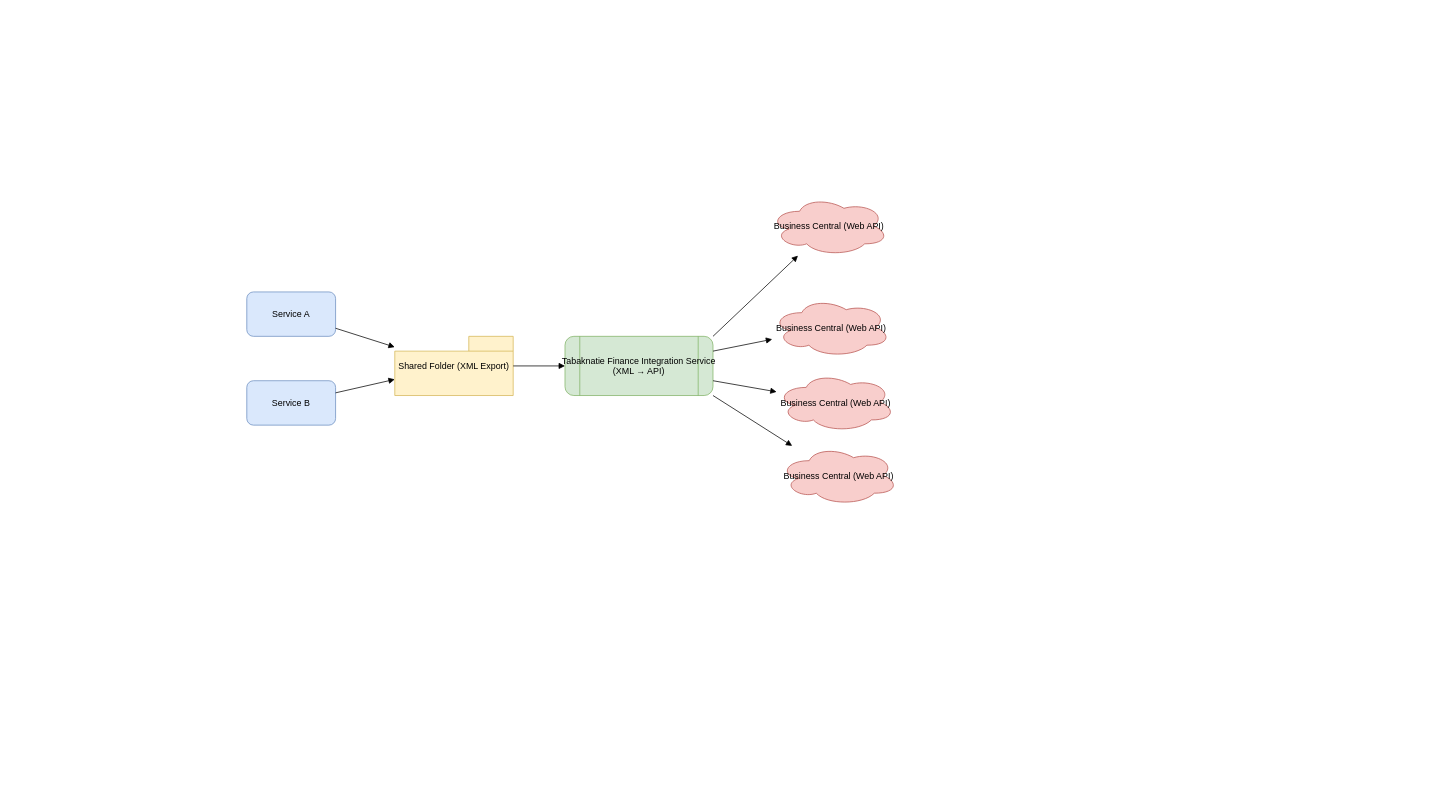
Before: Untitled Diagram.drawio in TonyAntoniadis/pipelines-javascript, a draw.io diagram. Source tidied: cells renumbered, new cells numbered last; positions are measured from the earlier drawing's top-left corner, leaving out a move shared by most shapes. Both pictures are drawn from the tidied source at 74%, with x=0, y=0 at pixel (246, 196).
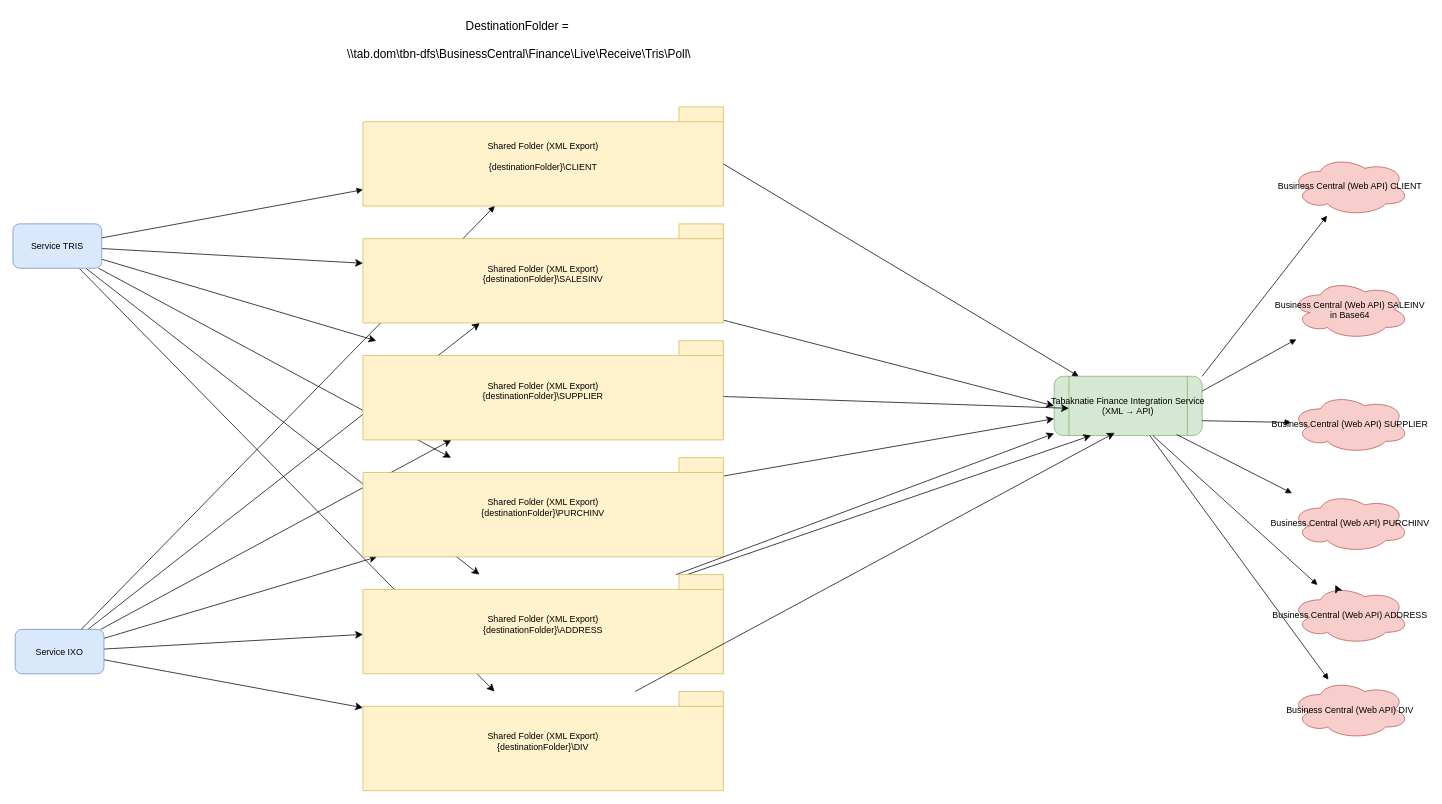
The same diagram, later.

Commit message (it also covers changes not shown here):
Tabaknatie Finance Integration Service

What changed in the source:
```diff
@@
+    <mxCell id="17" style="edgeStyle=none;curved=1;rounded=0;jettySize=auto;html=1;fontSize=12;startSize=8;endSize=8;" parent="1" edge="1" source="2" target="35">
+      <mxGeometry relative="1" as="geometry" />
+    </mxCell>
+    <mxCell id="18" style="edgeStyle=none;curved=1;rounded=0;jettySize=auto;html=1;fontSize=12;startSize=8;endSize=8;" parent="1" edge="1" source="2" target="36">
+      <mxGeometry relative="1" as="geometry" />
+    </mxCell>
+    <mxCell id="19" style="edgeStyle=none;curved=1;rounded=0;jettySize=auto;html=1;fontSize=12;startSize=8;endSize=8;" parent="1" edge="1" source="2" target="38">
+      <mxGeometry relative="1" as="geometry" />
+    </mxCell>
+    <mxCell id="20" style="edgeStyle=none;curved=1;rounded=0;jettySize=auto;html=1;fontSize=12;startSize=8;endSize=8;" parent="1" edge="1" source="2" target="41">
+      <mxGeometry relative="1" as="geometry" />
+    </mxCell>
+    <mxCell id="21" style="edgeStyle=none;curved=1;rounded=0;jettySize=auto;html=1;fontSize=12;startSize=8;endSize=8;" parent="1" edge="1" source="2" target="42">
+      <mxGeometry relative="1" as="geometry" />
+    </mxCell>
-    <mxCell id="2" value="Service A" style="shape=rectangle;rounded=1;fillColor=#dae8fc;strokeColor=#6c8ebf;" parent="1" vertex="1">
-      <mxGeometry y="129" width="120" height="60" as="geometry" />
+    <mxCell id="2" value="Service TRIS" style="shape=rectangle;rounded=1;fillColor=#dae8fc;strokeColor=#6c8ebf;" parent="1" vertex="1">
+      <mxGeometry x="-316" y="37" width="120" height="60" as="geometry" />
     </mxCell>
+    <mxCell id="22" style="edgeStyle=none;curved=1;rounded=0;jettySize=auto;html=1;fontSize=12;startSize=8;endSize=8;" parent="1" edge="1" source="3" target="35">
+      <mxGeometry relative="1" as="geometry" />
+    </mxCell>
+    <mxCell id="23" style="edgeStyle=none;curved=1;rounded=0;jettySize=auto;html=1;fontSize=12;startSize=8;endSize=8;" parent="1" edge="1" source="3" target="36">
+      <mxGeometry relative="1" as="geometry" />
+    </mxCell>
+    <mxCell id="24" style="edgeStyle=none;curved=1;rounded=0;jettySize=auto;html=1;fontSize=12;startSize=8;endSize=8;" parent="1" edge="1" source="3" target="38">
+      <mxGeometry relative="1" as="geometry" />
+    </mxCell>
+    <mxCell id="25" style="edgeStyle=none;curved=1;rounded=0;jettySize=auto;html=1;fontSize=12;startSize=8;endSize=8;" parent="1" edge="1" source="3" target="41">
+      <mxGeometry relative="1" as="geometry" />
+    </mxCell>
+    <mxCell id="26" style="edgeStyle=none;curved=1;rounded=0;jettySize=auto;html=1;fontSize=12;startSize=8;endSize=8;" parent="1" edge="1" source="3" target="42">
+      <mxGeometry relative="1" as="geometry" />
+    </mxCell>
-    <mxCell id="3" value="Service B" style="shape=rectangle;rounded=1;fillColor=#dae8fc;strokeColor=#6c8ebf;" parent="1" vertex="1">
-      <mxGeometry y="249" width="120" height="60" as="geometry" />
+    <mxCell id="3" value="Service IXO" style="shape=rectangle;rounded=1;fillColor=#dae8fc;strokeColor=#6c8ebf;" parent="1" vertex="1">
+      <mxGeometry x="-313" y="585" width="120" height="60" as="geometry" />
     </mxCell>
-    <mxCell id="4" value="Shared Folder (XML Export)" style="shape=folder;fillColor=#fff2cc;strokeColor=#d6b656;" parent="1" vertex="1">
-      <mxGeometry x="200" y="189" width="160" height="80" as="geometry" />
+    <mxCell id="4" value="Shared Folder (XML Export)&#10;&#10;{destinationFolder}\CLIENT" style="shape=folder;fillColor=#fff2cc;strokeColor=#d6b656;" parent="1" vertex="1">
+      <mxGeometry x="157" y="-121" width="487" height="134" as="geometry" />
     </mxCell>
@@
     <mxCell id="7" value="Tabaknatie Finance Integration Service&#10;(XML → API)" style="shape=process;rounded=1;fillColor=#d5e8d4;strokeColor=#82b366;" parent="1" vertex="1">
-      <mxGeometry x="430" y="189" width="200" height="80" as="geometry" />
+      <mxGeometry x="1091" y="243" width="200" height="80" as="geometry" />
     </mxCell>
-    <mxCell id="8" style="endArrow=block;endFill=1;" parent="1" edge="1" source="4" target="7">
+    <mxCell id="8" style="endArrow=block;endFill=1;exitX=0;exitY=0;exitDx=487;exitDy=77;exitPerimeter=0;" parent="1" edge="1" source="4" target="7">
       <mxGeometry relative="1" as="geometry" />
     </mxCell>
-    <mxCell id="9" value="Business Central (Web API)" style="shape=cloud;fillColor=#f8cecc;strokeColor=#b85450;" parent="1" vertex="1">
-      <mxGeometry x="707" width="160" height="80" as="geometry" />
+    <mxCell id="9" value="Business Central (Web API) CLIENT" style="shape=cloud;fillColor=#f8cecc;strokeColor=#b85450;" parent="1" vertex="1">
+      <mxGeometry x="1411" y="-54" width="160" height="80" as="geometry" />
     </mxCell>
@@
-    <mxCell id="11" value="Business Central (Web API)" style="shape=cloud;fillColor=#f8cecc;strokeColor=#b85450;" parent="1" vertex="1">
-      <mxGeometry x="710" y="137" width="160" height="80" as="geometry" />
+    <mxCell id="11" value="Business Central (Web API) SALEINV&#10;in Base64" style="shape=cloud;fillColor=#f8cecc;strokeColor=#b85450;" parent="1" vertex="1">
+      <mxGeometry x="1411" y="113" width="160" height="80" as="geometry" />
     </mxCell>
@@
-    <mxCell id="13" value="Business Central (Web API)" style="shape=cloud;fillColor=#f8cecc;strokeColor=#b85450;" parent="1" vertex="1">
-      <mxGeometry x="716" y="238" width="160" height="80" as="geometry" />
+    <mxCell id="13" value="Business Central (Web API) SUPPLIER" style="shape=cloud;fillColor=#f8cecc;strokeColor=#b85450;" parent="1" vertex="1">
+      <mxGeometry x="1411" y="267" width="160" height="80" as="geometry" />
     </mxCell>
@@
-    <mxCell id="15" value="Business Central (Web API)" style="shape=cloud;fillColor=#f8cecc;strokeColor=#b85450;" parent="1" vertex="1">
-      <mxGeometry x="720" y="337" width="160" height="80" as="geometry" />
-    </mxCell>
-    <mxCell id="16" style="endArrow=block;endFill=1;exitX=1;exitY=1;exitDx=0;exitDy=0;" parent="1" edge="1" source="7" target="15">
-      <mxGeometry relative="1" as="geometry" />
-    </mxCell>
+    <mxCell id="27" value="Business Central (Web API) ADDRESS" style="shape=cloud;fillColor=#f8cecc;strokeColor=#b85450;" parent="1" vertex="1">
+      <mxGeometry x="1411" y="525" width="160" height="80" as="geometry" />
+    </mxCell>
+    <mxCell id="28" style="endArrow=block;endFill=1;exitX=0.668;exitY=1.002;exitDx=0;exitDy=0;exitPerimeter=0;" parent="1" edge="1" source="7" target="27">
+      <mxGeometry relative="1" as="geometry" />
+    </mxCell>
+    <mxCell id="29" value="Business Central (Web API) DIV" style="shape=cloud;fillColor=#f8cecc;strokeColor=#b85450;" parent="1" vertex="1">
+      <mxGeometry x="1411" y="653" width="160" height="80" as="geometry" />
+    </mxCell>
+    <mxCell id="30" style="endArrow=block;endFill=1;" parent="1" edge="1" source="7" target="29">
+      <mxGeometry relative="1" as="geometry" />
+    </mxCell>
+    <mxCell id="31" value="Business Central (Web API) PURCHINV" style="shape=cloud;fillColor=#f8cecc;strokeColor=#b85450;" parent="1" vertex="1">
+      <mxGeometry x="1411" y="401" width="160" height="80" as="geometry" />
+    </mxCell>
+    <mxCell id="32" style="endArrow=block;endFill=1;exitX=0.828;exitY=0.984;exitDx=0;exitDy=0;exitPerimeter=0;" parent="1" edge="1" source="7" target="31">
+      <mxGeometry relative="1" as="geometry" />
+    </mxCell>
+    <mxCell id="33" style="edgeStyle=none;curved=1;rounded=0;orthogonalLoop=1;jettySize=auto;html=1;exitX=0.4;exitY=0.1;exitDx=0;exitDy=0;exitPerimeter=0;fontSize=12;startSize=8;endSize=8;" parent="1" edge="1" source="27" target="27">
+      <mxGeometry relative="1" as="geometry" />
+    </mxCell>
+    <mxCell id="34" style="edgeStyle=none;curved=1;rounded=0;jettySize=auto;html=1;entryX=0;entryY=0.5;entryDx=0;entryDy=0;fontSize=12;startSize=8;endSize=8;" parent="1" edge="1" source="35" target="7">
+      <mxGeometry relative="1" as="geometry" />
+    </mxCell>
+    <mxCell id="35" value="Shared Folder (XML Export)&#10;{destinationFolder}\SALESINV" style="shape=folder;fillColor=#fff2cc;strokeColor=#d6b656;" parent="1" vertex="1">
+      <mxGeometry x="157" y="37" width="487" height="134" as="geometry" />
+    </mxCell>
+    <mxCell id="36" value="Shared Folder (XML Export)&#10;{destinationFolder}\SUPPLIER" style="shape=folder;fillColor=#fff2cc;strokeColor=#d6b656;" parent="1" vertex="1">
+      <mxGeometry x="157" y="195" width="487" height="134" as="geometry" />
+    </mxCell>
+    <mxCell id="37" style="edgeStyle=none;curved=1;rounded=0;jettySize=auto;html=1;fontSize=12;startSize=8;endSize=8;" parent="1" edge="1" source="38" target="7">
+      <mxGeometry relative="1" as="geometry" />
+    </mxCell>
+    <mxCell id="38" value="Shared Folder (XML Export)&#10;{destinationFolder}\PURCHINV" style="shape=folder;fillColor=#fff2cc;strokeColor=#d6b656;" parent="1" vertex="1">
+      <mxGeometry x="157" y="353" width="487" height="134" as="geometry" />
+    </mxCell>
+    <mxCell id="39" style="edgeStyle=none;curved=1;rounded=0;jettySize=auto;html=1;entryX=0.25;entryY=1;entryDx=0;entryDy=0;fontSize=12;startSize=8;endSize=8;" parent="1" edge="1" source="41" target="7">
+      <mxGeometry relative="1" as="geometry" />
+    </mxCell>
+    <mxCell id="40" style="edgeStyle=none;curved=1;rounded=0;jettySize=auto;html=1;fontSize=12;startSize=8;endSize=8;" parent="1" edge="1" source="41" target="7">
+      <mxGeometry relative="1" as="geometry" />
+    </mxCell>
+    <mxCell id="41" value="Shared Folder (XML Export)&#10;{destinationFolder}\ADDRESS" style="shape=folder;fillColor=#fff2cc;strokeColor=#d6b656;" parent="1" vertex="1">
+      <mxGeometry x="157" y="511" width="487" height="134" as="geometry" />
+    </mxCell>
+    <mxCell id="42" value="Shared Folder (XML Export)&#10;{destinationFolder}\DIV" style="shape=folder;fillColor=#fff2cc;strokeColor=#d6b656;" parent="1" vertex="1">
+      <mxGeometry x="157" y="669" width="487" height="134" as="geometry" />
+    </mxCell>
+    <mxCell id="43" style="edgeStyle=none;curved=1;rounded=0;jettySize=auto;html=1;entryX=0.1;entryY=0.541;entryDx=0;entryDy=0;entryPerimeter=0;fontSize=12;startSize=8;endSize=8;" parent="1" edge="1" source="36" target="7">
+      <mxGeometry relative="1" as="geometry" />
+    </mxCell>
+    <mxCell id="44" style="edgeStyle=none;curved=1;rounded=0;jettySize=auto;html=1;entryX=0.409;entryY=0.956;entryDx=0;entryDy=0;entryPerimeter=0;fontSize=12;startSize=8;endSize=8;" parent="1" edge="1" source="42" target="7">
+      <mxGeometry relative="1" as="geometry" />
+    </mxCell>
+    <mxCell id="45" value="DestinationFolder =&amp;nbsp;&lt;br&gt;&lt;br&gt;\\tab.dom\tbn-dfs\BusinessCentral\Finance\Live\Receive\Tris\Poll\" style="text;strokeColor=none;fillColor=none;html=1;align=center;verticalAlign=middle;whiteSpace=wrap;rounded=0;fontSize=16;" parent="1" vertex="1">
+      <mxGeometry x="-96" y="-248" width="928" height="74" as="geometry" />
+    </mxCell>
```
